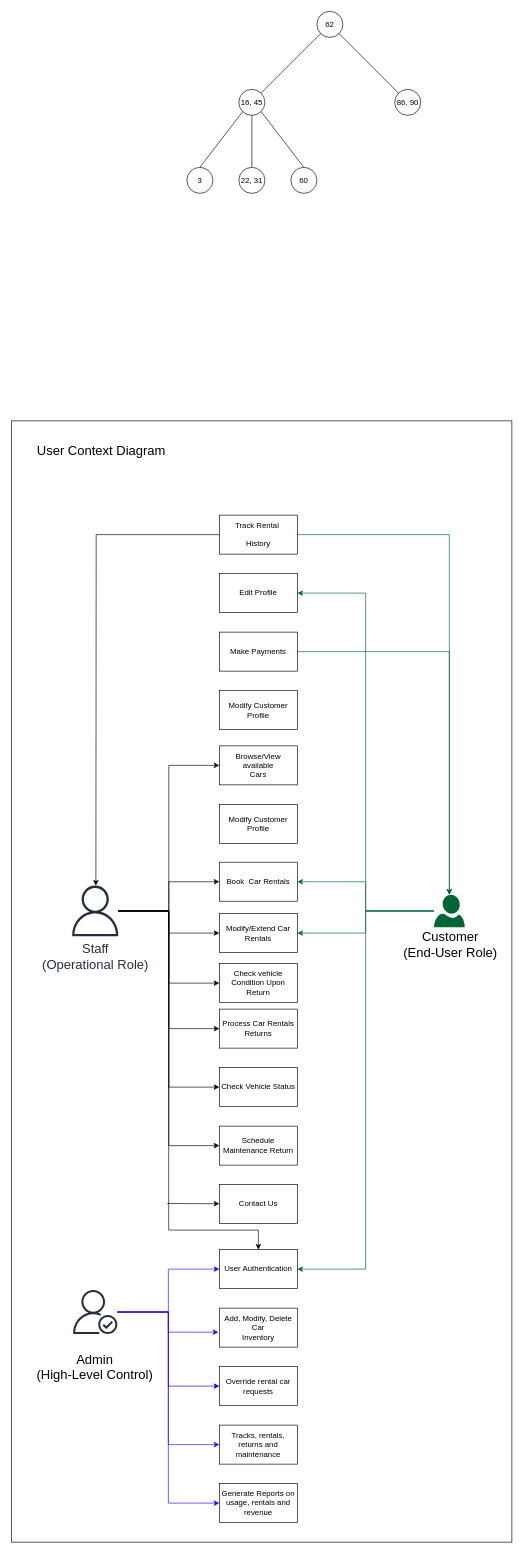
Above: Resources/Requirements & Specifications/User Context Diagram.drawio in rukky0123/COSC3506-001XE (draw.io), before the change. Source tidied: cells renumbered, new cells numbered last; positions are measured from the earlier drawing's top-left corner, leaving out a move shared by most shapes. Both pictures are drawn from the tidied source at 65%, with x=0, y=0 at pixel (11, 11).
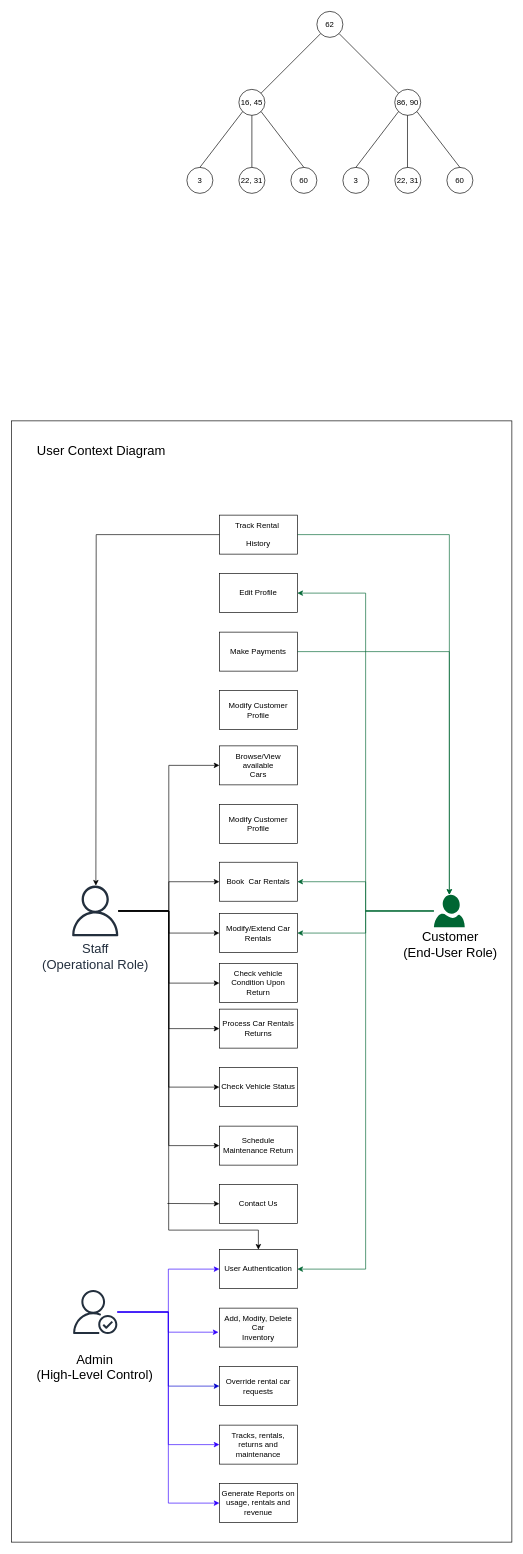
The same page after the edit.

Unchanged cells that the change refers to:
```xml
<mxCell id="50" value="86, 90" style="ellipse;whiteSpace=wrap;html=1;" parent="1" vertex="1">
  <mxGeometry x="589.8" y="120" width="40" height="40" as="geometry" />
</mxCell>
```

Diff of the diagram source:
```diff
@@
+    <mxCell id="59" value="22, 31" style="ellipse;whiteSpace=wrap;html=1;" parent="1" vertex="1">
+      <mxGeometry x="590" y="240" width="40" height="40" as="geometry" />
+    </mxCell>
+    <mxCell id="60" value="3" style="ellipse;whiteSpace=wrap;html=1;" parent="1" vertex="1">
+      <mxGeometry x="510" y="240" width="40" height="40" as="geometry" />
+    </mxCell>
+    <mxCell id="61" value="60" style="ellipse;whiteSpace=wrap;html=1;" parent="1" vertex="1">
+      <mxGeometry x="670" y="240" width="40" height="40" as="geometry" />
+    </mxCell>
+    <mxCell id="62" style="endArrow=none;html=1;rounded=0;entryX=0;entryY=1;entryDx=0;entryDy=0;exitX=0.5;exitY=0;exitDx=0;exitDy=0;" parent="1" edge="1" source="60" target="50">
+      <mxGeometry relative="1" as="geometry" />
+    </mxCell>
+    <mxCell id="63" style="endArrow=none;html=1;rounded=0;entryX=0.5;entryY=1;entryDx=0;entryDy=0;" parent="1" edge="1">
+      <mxGeometry relative="1" as="geometry">
+        <mxPoint x="609.4" y="240" as="sourcePoint" />
+        <mxPoint x="609.4" y="160" as="targetPoint" />
+      </mxGeometry>
+    </mxCell>
+    <mxCell id="64" style="endArrow=none;html=1;rounded=0;exitX=1;exitY=1;exitDx=0;exitDy=0;entryX=0.5;entryY=0;entryDx=0;entryDy=0;" parent="1" edge="1" source="50" target="61">
+      <mxGeometry relative="1" as="geometry" />
+    </mxCell>
```
